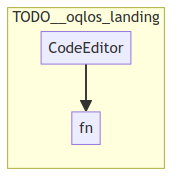
The Mermaid diagram project/calls.png in oqlos/www, before a commit. Its source is kept beside it as project/calls.mmd. The source it was exported from:
```mermaid
flowchart LR
    subgraph TODO__oqlos_landing
        TODO__oqlos_landing__fn["fn"]
        TODO__oqlos_landing__CodeEditor["CodeEditor"]
    end
    TODO__oqlos_landing__CodeEditor --> TODO__oqlos_landing__fn
```
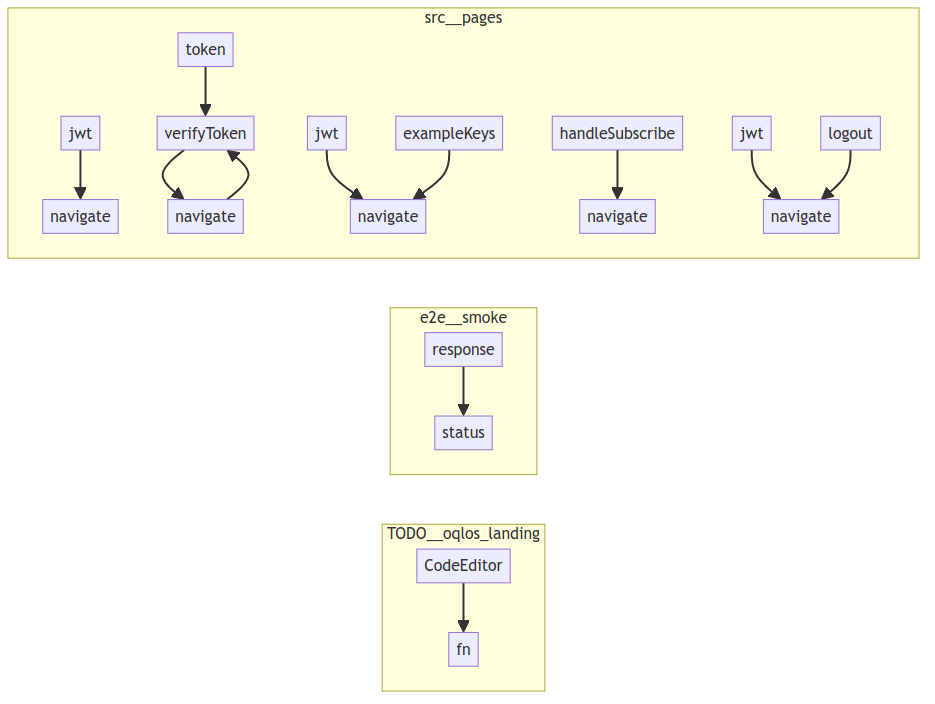
Above is the later version.

The edit, as a diff of the source:
```diff
@@ -3,4 +3,33 @@
         TODO__oqlos_landing__fn["fn"]
         TODO__oqlos_landing__CodeEditor["CodeEditor"]
     end
+    subgraph e2e__smoke
+        e2e__smoke__spec__status["status"]
+        e2e__smoke__spec__response["response"]
+    end
+    subgraph src__pages
+        src__pages__Login__token["token"]
+        src__pages__Login__verifyToken["verifyToken"]
+        src__pages__NlpConsole__jwt["jwt"]
+        src__pages__Scenarios__navigate["navigate"]
+        src__pages__Dashboard__logout["logout"]
+        src__pages__Scenarios__jwt["jwt"]
+        src__pages__Scenarios__exampleKeys["exampleKeys"]
+        src__pages__NlpConsole__navigate["navigate"]
+        src__pages__Billing__handleSubscribe["handleSubscribe"]
+        src__pages__Dashboard__navigate["navigate"]
+        src__pages__Login__navigate["navigate"]
+        src__pages__Billing__navigate["navigate"]
+        src__pages__Dashboard__jwt["jwt"]
+    end
+    src__pages__NlpConsole__jwt --> src__pages__NlpConsole__navigate
+    src__pages__Login__navigate --> src__pages__Login__verifyToken
+    src__pages__Login__token --> src__pages__Login__verifyToken
+    src__pages__Login__verifyToken --> src__pages__Login__navigate
+    src__pages__Scenarios__jwt --> src__pages__Scenarios__navigate
+    src__pages__Scenarios__exampleKeys --> src__pages__Scenarios__navigate
+    src__pages__Billing__handleSubscribe --> src__pages__Billing__navigate
+    e2e__smoke__spec__response --> e2e__smoke__spec__status
+    src__pages__Dashboard__jwt --> src__pages__Dashboard__navigate
+    src__pages__Dashboard__logout --> src__pages__Dashboard__navigate
     TODO__oqlos_landing__CodeEditor --> TODO__oqlos_landing__fn
```
